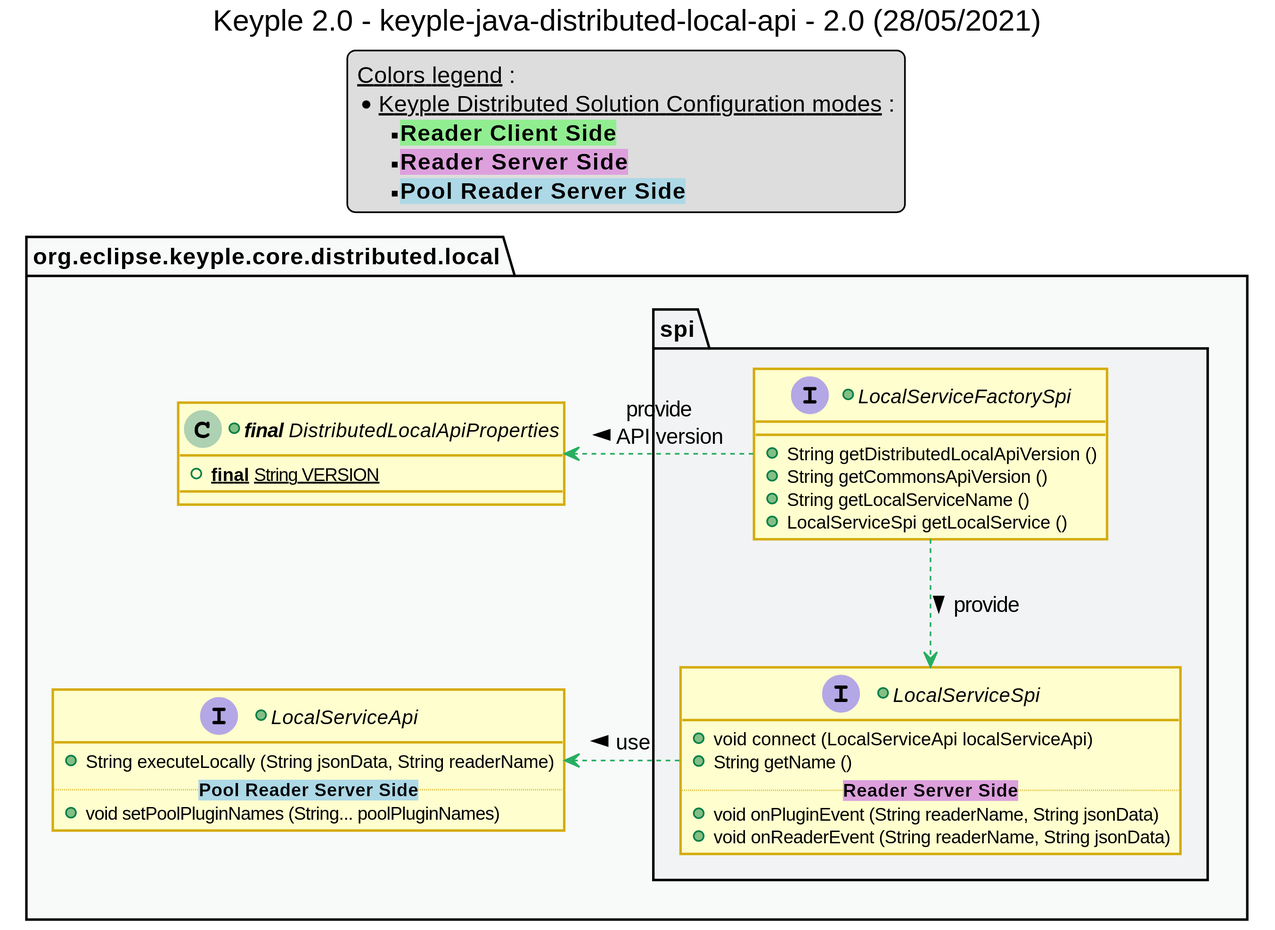
calypsonet/keyple_2_0 keeps this PlantUML diagram as uml/class/private-api/keyple_2_0_class_distributed_local_api.svg. Above is the earlier version.
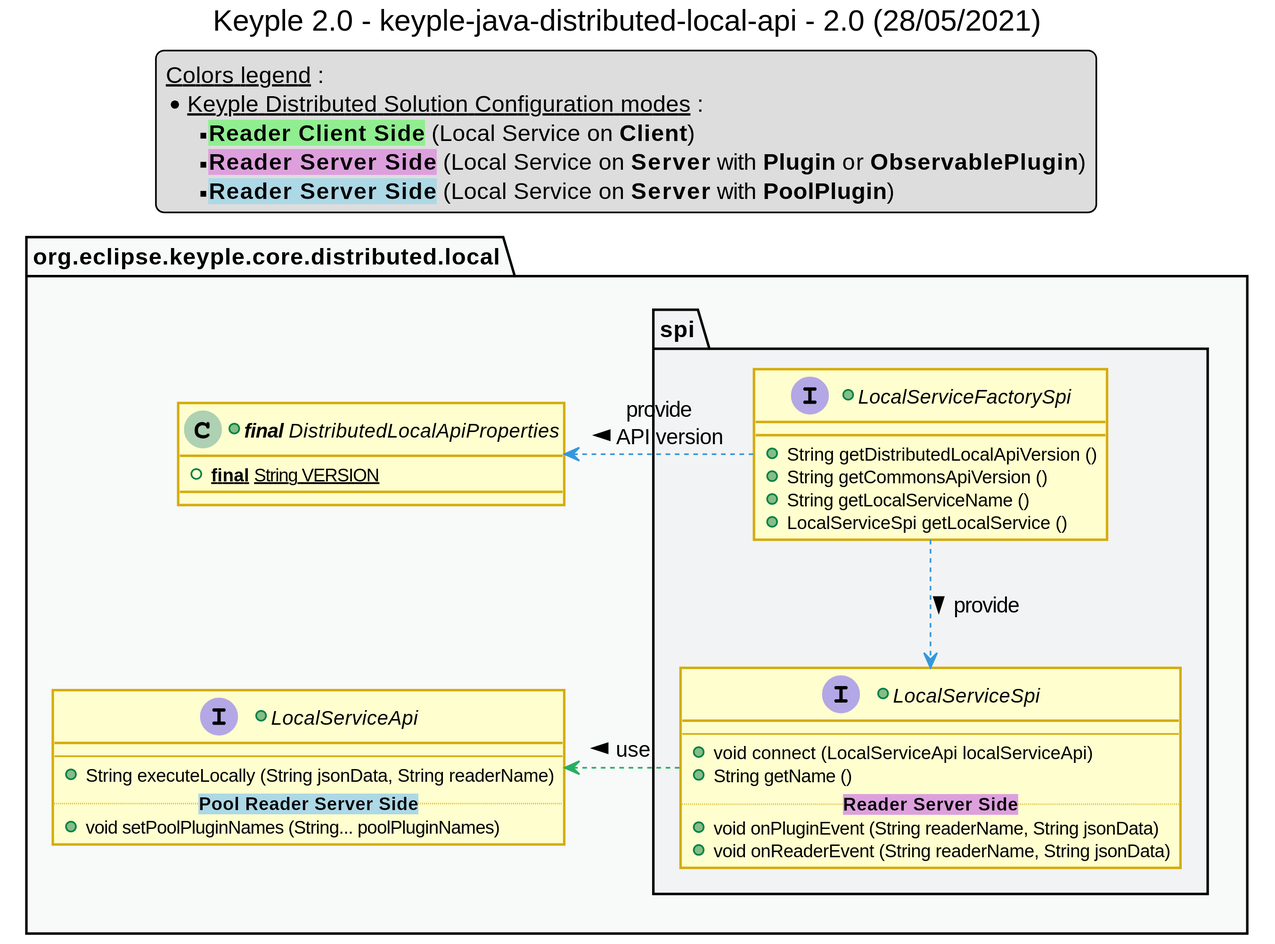
Later version of the same file.

Commit message:
refactor distributed api

What changed in the source:
```diff
@@ -40,9 +40,9 @@
 legend top
     __Colors legend__ :
     * __Keyple Distributed Solution Configuration modes__ :
-    ** <back:lightGreen>**Reader Client Side**</back>
-    ** <back:plum>**Reader Server Side**</back>
-    ** <back:lightBlue>**Pool Reader Server Side**</back>
+    ** <back:lightGreen>**Reader Client Side**</back> (Local Service on **Client**)
+    ** <back:plum>**Reader Server Side**</back> (Local Service on **Server** with **Plugin** or **ObservablePlugin**)
+    ** <back:lightBlue>**Reader Server Side**</back> (Local Service on **Server** with **PoolPlugin**)
 end legend
 
 package "org.eclipse.keyple.core.distributed.local" as api {
@@ -50,6 +50,7 @@
         +{static} **final** String VERSION
     }
     +interface LocalServiceApi {
+        --
         +String executeLocally (String jsonData, String readerName)
         .. <back:lightBlue>**Pool Reader Server Side**</back> ..
         +void setPoolPluginNames (String... poolPluginNames)
@@ -62,6 +63,7 @@
             +LocalServiceSpi getLocalService ()
         }
         +interface LocalServiceSpi {
+            --
             +void connect (LocalServiceApi localServiceApi)
             +String getName ()
             .. <back:plum>**Reader Server Side**</back> ..
@@ -72,8 +74,8 @@
 }
 
 
-LocalServiceFactorySpi .left.> ApiProperties #C_USE : provide\nAPI version <
-LocalServiceFactorySpi ..> LocalServiceSpi #C_USE : provide >
+LocalServiceFactorySpi .left.> ApiProperties #C_LINK : provide\nAPI version <
+LocalServiceFactorySpi ..> LocalServiceSpi #C_LINK : provide >
 
 LocalServiceSpi .left.> LocalServiceApi #C_USE : use >
 
```
